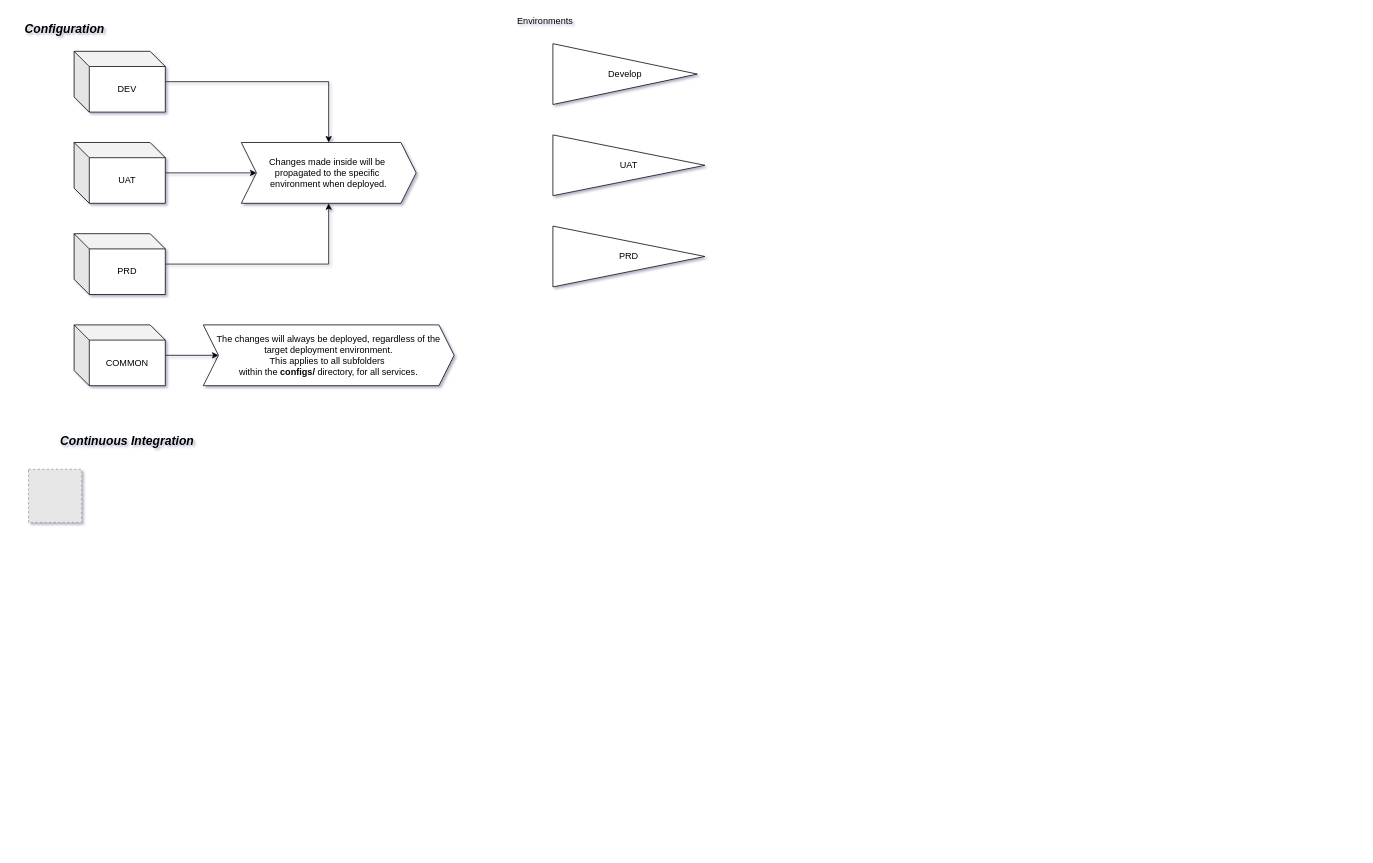
Above: Liferay DXP Cloud.drawio in MikeLirio/my-draw.io (draw.io), before the change. Source tidied: cells renumbered, new cells numbered last; positions are measured from the earlier drawing's top-left corner, leaving out a move shared by most shapes. Both pictures are drawn from the tidied source at 76%, with x=0, y=0 at pixel (13, 13). Pictures stored in the file or linked from it are replaced by grey dashed boxes.
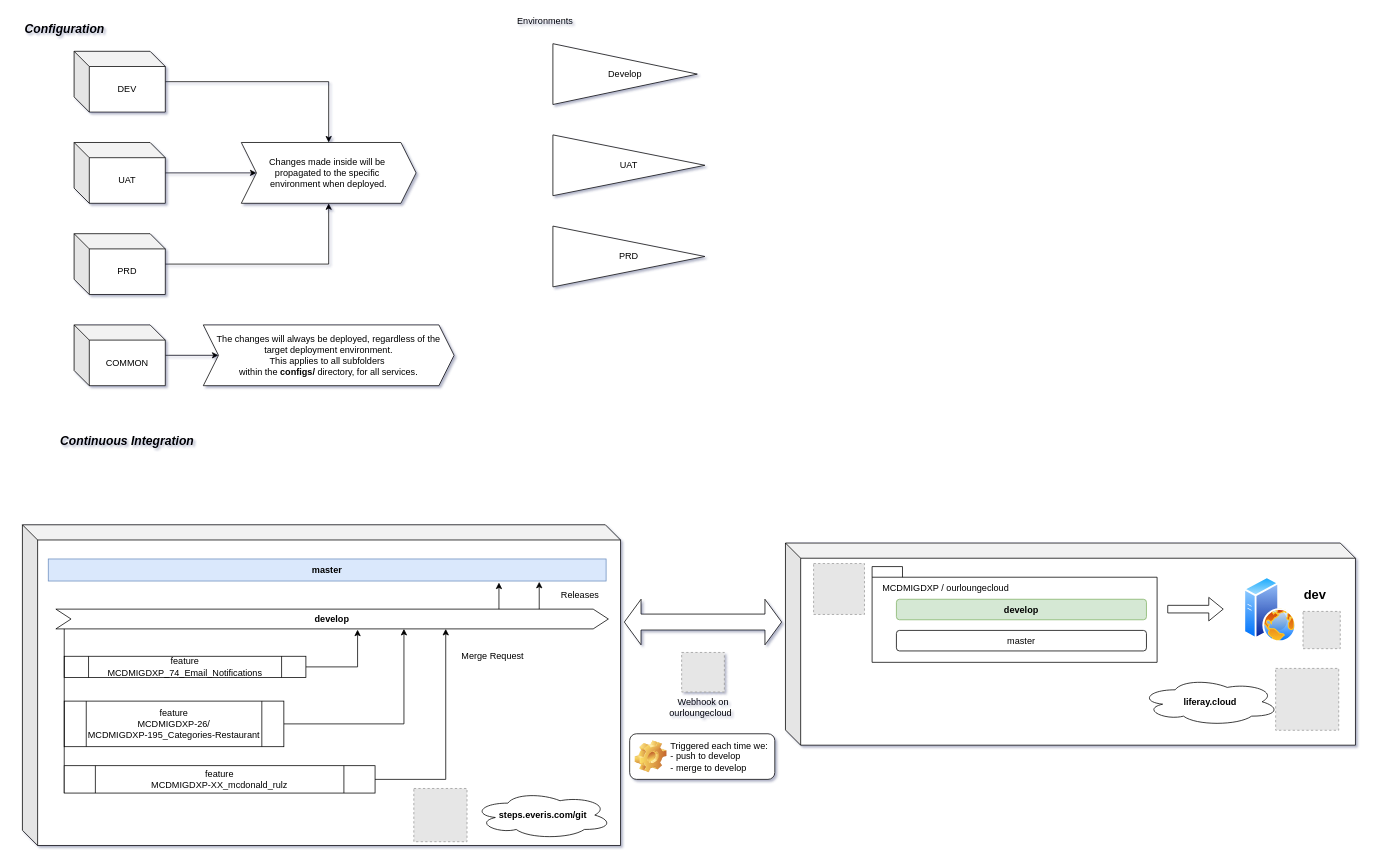
Above is the later version.

What changed in the source:
```diff
@@
+    <mxCell id="19" style="edgeStyle=orthogonalEdgeStyle;rounded=0;orthogonalLoop=1;jettySize=auto;html=1;exitX=0.5;exitY=1;exitDx=0;exitDy=0;" parent="1" edge="1" source="36" target="36">
+      <mxGeometry relative="1" as="geometry" />
+    </mxCell>
+    <mxCell id="20" style="shape=cube;whiteSpace=wrap;html=1;boundedLbl=1;backgroundOutline=1;darkOpacity=0.05;darkOpacity2=0.1;" parent="1" vertex="1">
+      <mxGeometry x="12" y="673" width="787" height="422" as="geometry" />
+    </mxCell>
+    <mxCell id="21" value="&lt;b&gt;develop&lt;/b&gt;" style="shape=step;perimeter=stepPerimeter;whiteSpace=wrap;html=1;fixedSize=1;" parent="1" vertex="1">
+      <mxGeometry x="56" y="784" width="727" height="26" as="geometry" />
+    </mxCell>
+    <mxCell id="22" value="&lt;b&gt;master&lt;/b&gt;" style="rounded=0;whiteSpace=wrap;html=1;fillColor=#dae8fc;strokeColor=#6c8ebf;" parent="1" vertex="1">
+      <mxGeometry x="46" y="718" width="734" height="29" as="geometry" />
+    </mxCell>
+    <mxCell id="23" style="edgeStyle=orthogonalEdgeStyle;rounded=0;jettySize=auto;html=1;" parent="1" edge="1" source="24">
+      <mxGeometry relative="1" as="geometry">
+        <mxPoint x="453" y="811" as="targetPoint" />
+        <Array as="points">
+          <mxPoint x="453" y="860" />
+        </Array>
+      </mxGeometry>
+    </mxCell>
+    <mxCell id="24" value="feature&lt;br&gt;MCDMIGDXP_74_Email_Notifications" style="shape=process;whiteSpace=wrap;html=1;backgroundOutline=1;" parent="1" vertex="1">
+      <mxGeometry x="67" y="846" width="318" height="28" as="geometry" />
+    </mxCell>
+    <mxCell id="25" style="edgeStyle=orthogonalEdgeStyle;rounded=0;jettySize=auto;html=1;" parent="1" edge="1" source="26" target="21">
+      <mxGeometry relative="1" as="geometry">
+        <Array as="points">
+          <mxPoint x="514" y="935" />
+        </Array>
+      </mxGeometry>
+    </mxCell>
+    <mxCell id="26" value="feature&lt;br&gt;MCDMIGDXP-26/&lt;br&gt;MCDMIGDXP-195_Categories-Restaurant" style="shape=process;whiteSpace=wrap;html=1;backgroundOutline=1;" parent="1" vertex="1">
+      <mxGeometry x="67" y="905" width="289" height="60" as="geometry" />
+    </mxCell>
+    <mxCell id="27" style="endArrow=none;html=1;exitX=0;exitY=1;exitDx=0;exitDy=0;" parent="1" edge="1" source="29">
+      <mxGeometry relative="1" as="geometry">
+        <mxPoint x="67" y="810" as="targetPoint" />
+      </mxGeometry>
+    </mxCell>
+    <mxCell id="28" style="edgeStyle=orthogonalEdgeStyle;rounded=0;jettySize=auto;html=1;" parent="1" edge="1" source="29">
+      <mxGeometry relative="1" as="geometry">
+        <mxPoint x="569" y="810" as="targetPoint" />
+        <Array as="points">
+          <mxPoint x="569" y="1008" />
+        </Array>
+      </mxGeometry>
+    </mxCell>
+    <mxCell id="29" value="feature&lt;br&gt;MCDMIGDXP-XX_mcdonald_rulz" style="shape=process;whiteSpace=wrap;html=1;backgroundOutline=1;" parent="1" vertex="1">
+      <mxGeometry x="67" y="990" width="409" height="36" as="geometry" />
+    </mxCell>
+    <mxCell id="30" style="endArrow=classic;html=1;" parent="1" edge="1">
+      <mxGeometry relative="1" as="geometry">
+        <mxPoint x="639" y="784" as="sourcePoint" />
+        <mxPoint x="639" y="749" as="targetPoint" />
+      </mxGeometry>
+    </mxCell>
+    <mxCell id="31" style="endArrow=classic;html=1;" parent="1" edge="1">
+      <mxGeometry relative="1" as="geometry">
+        <mxPoint x="692" y="784" as="sourcePoint" />
+        <mxPoint x="692" y="748" as="targetPoint" />
+      </mxGeometry>
+    </mxCell>
+    <mxCell id="32" value="Releases" style="text;html=1;strokeColor=none;fillColor=none;align=center;verticalAlign=middle;whiteSpace=wrap;rounded=0;" parent="1" vertex="1">
+      <mxGeometry x="700" y="756" width="92" height="20" as="geometry" />
+    </mxCell>
+    <mxCell id="33" value="Merge Request" style="text;html=1;strokeColor=none;fillColor=none;align=center;verticalAlign=middle;whiteSpace=wrap;rounded=0;" parent="1" vertex="1">
+      <mxGeometry x="570" y="836" width="122" height="20" as="geometry" />
+    </mxCell>
+    <mxCell id="34" style="shape=cube;whiteSpace=wrap;html=1;boundedLbl=1;backgroundOutline=1;darkOpacity=0.05;darkOpacity2=0.1;" parent="1" vertex="1">
+      <mxGeometry x="1016" y="697" width="750" height="266" as="geometry" />
+    </mxCell>
+    <mxCell id="35" style="ellipse;shape=cloud;whiteSpace=wrap;html=1;" parent="1" vertex="1">
+      <mxGeometry x="605" y="1023.5" width="183" height="63" as="geometry" />
+    </mxCell>
     <mxCell id="18" style="fillColor=#E6E6E6;strokeColor=#999999;dashed=1;html=1;verticalAlign=top;verticalLabelPosition=bottom;labelBackgroundColor=#ffffff;" parent="1" vertex="1">
-      <mxGeometry x="20" y="600" width="70" height="70" as="geometry" />
+      <mxGeometry x="527" y="1020" width="70" height="70" as="geometry" />
     </mxCell>
+    <mxCell id="36" value="&lt;b&gt;steps.everis.com/git&lt;/b&gt;" style="text;html=1;strokeColor=none;fillColor=none;align=center;verticalAlign=middle;whiteSpace=wrap;rounded=0;" parent="1" vertex="1">
+      <mxGeometry x="627.5" y="1045" width="138" height="20" as="geometry" />
+    </mxCell>
+    <mxCell id="37" style="ellipse;shape=cloud;whiteSpace=wrap;html=1;" parent="1" vertex="1">
+      <mxGeometry x="1483" y="874.4" width="183" height="63" as="geometry" />
+    </mxCell>
+    <mxCell id="38" style="fillColor=#E6E6E6;strokeColor=#999999;dashed=1;verticalLabelPosition=bottom;labelBackgroundColor=#ffffff;verticalAlign=top;" parent="1" vertex="1">
+      <mxGeometry x="879.4" y="841" width="56.2" height="52" as="geometry" />
+    </mxCell>
+    <mxCell id="39" value="Webhook on ourloungecloud&amp;nbsp;&amp;nbsp;" style="text;html=1;strokeColor=none;fillColor=none;align=center;verticalAlign=middle;whiteSpace=wrap;rounded=0;" parent="1" vertex="1">
+      <mxGeometry x="841.5" y="875" width="132" height="76" as="geometry" />
+    </mxCell>
+    <mxCell id="40" value="&lt;span style=&quot;font-weight: 400&quot;&gt;Triggered each time we:&lt;br&gt;- push to develop&lt;br&gt;- merge to develop&lt;br&gt;&lt;/span&gt;" style="label;whiteSpace=wrap;html=1;image=img/clipart/Gear_128x128.png;" parent="1" vertex="1">
+      <mxGeometry x="811" y="948" width="191" height="60" as="geometry" />
+    </mxCell>
+    <mxCell id="41" style="html=1;shadow=0;dashed=0;align=center;verticalAlign=middle;shape=mxgraph.arrows2.twoWayArrow;dy=0.65;dx=22;" parent="1" vertex="1">
+      <mxGeometry x="804" y="771" width="207" height="60" as="geometry" />
+    </mxCell>
+    <mxCell id="42" style="fillColor=#E6E6E6;strokeColor=#999999;dashed=1;html=1;verticalAlign=top;verticalLabelPosition=bottom;labelBackgroundColor=#ffffff;" parent="1" vertex="1">
+      <mxGeometry x="1053" y="724" width="67" height="67" as="geometry" />
+    </mxCell>
+    <mxCell id="43" style="shape=folder;fontStyle=1;spacingTop=10;tabWidth=40;tabHeight=14;tabPosition=left;html=1;" parent="1" vertex="1">
+      <mxGeometry x="1130" y="728" width="375" height="126" as="geometry" />
+    </mxCell>
+    <mxCell id="44" value="MCDMIGDXP / ourloungecloud" style="text;html=1;strokeColor=none;fillColor=none;align=center;verticalAlign=middle;whiteSpace=wrap;rounded=0;" parent="1" vertex="1">
+      <mxGeometry x="1134" y="747" width="186" height="20" as="geometry" />
+    </mxCell>
+    <mxCell id="45" value="&lt;b&gt;develop&lt;/b&gt;" style="rounded=1;whiteSpace=wrap;html=1;fillColor=#d5e8d4;strokeColor=#82b366;" parent="1" vertex="1">
+      <mxGeometry x="1162" y="771" width="329" height="27" as="geometry" />
+    </mxCell>
+    <mxCell id="46" value="master" style="rounded=1;whiteSpace=wrap;html=1;" parent="1" vertex="1">
+      <mxGeometry x="1162" y="812" width="329" height="27" as="geometry" />
+    </mxCell>
+    <mxCell id="47" style="perimeter=ellipsePerimeter;html=1;align=center;shadow=0;dashed=0;spacingTop=3;image;image=img/lib/active_directory/web_server.svg;" parent="1" vertex="1">
+      <mxGeometry x="1619" y="741" width="69.6" height="87" as="geometry" />
+    </mxCell>
+    <mxCell id="48" style="shape=flexArrow;endArrow=classic;html=1;" parent="1" edge="1">
+      <mxGeometry relative="1" as="geometry">
+        <mxPoint x="1518.5" y="784" as="sourcePoint" />
+        <mxPoint x="1592.5" y="784" as="targetPoint" />
+      </mxGeometry>
+    </mxCell>
+    <mxCell id="49" value="&lt;b&gt;&lt;font style=&quot;font-size: 17px&quot;&gt;dev&lt;/font&gt;&lt;/b&gt;" style="text;html=1;strokeColor=none;fillColor=none;align=center;verticalAlign=middle;whiteSpace=wrap;rounded=0;" parent="1" vertex="1">
+      <mxGeometry x="1693" y="756" width="40" height="20" as="geometry" />
+    </mxCell>
+    <mxCell id="50" style="fillColor=#E6E6E6;strokeColor=#999999;dashed=1;html=1;verticalAlign=top;verticalLabelPosition=bottom;labelBackgroundColor=#ffffff;" parent="1" vertex="1">
+      <mxGeometry x="1697" y="787" width="49" height="49" as="geometry" />
+    </mxCell>
+    <mxCell id="51" style="fillColor=#E6E6E6;strokeColor=#999999;dashed=1;verticalLabelPosition=bottom;labelBackgroundColor=#ffffff;verticalAlign=top;" parent="1" vertex="1">
+      <mxGeometry x="1661" y="862" width="83" height="81.4" as="geometry" />
+    </mxCell>
+    <mxCell id="52" value="&lt;b&gt;liferay.cloud&lt;/b&gt;" style="text;html=1;strokeColor=none;fillColor=none;align=center;verticalAlign=middle;whiteSpace=wrap;rounded=0;" parent="1" vertex="1">
+      <mxGeometry x="1505.5" y="895.9" width="138" height="20" as="geometry" />
+    </mxCell>
```
